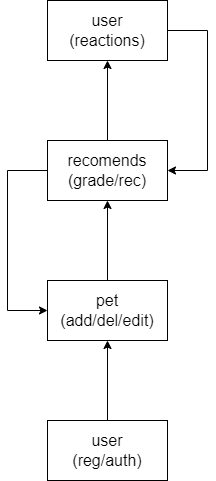
KATEHOK/pp56 keeps this draw.io diagram as scheme/tindermeow.png. Above is the earlier version. Source tidied: cells renumbered, new cells last; positions are measured from the earlier drawing's top-left corner, leaving out a move shared by most shapes.
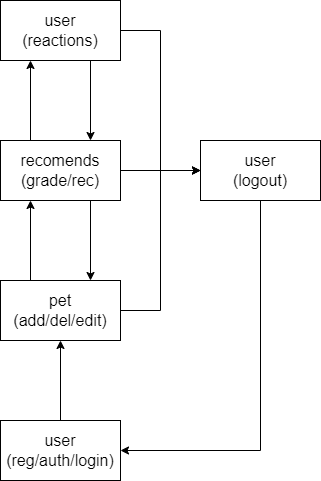
Above is the later version.

What changed in the source:
```diff
@@ -5,39 +5,54 @@
     <mxCell id="2" style="edgeStyle=orthogonalEdgeStyle;rounded=0;jettySize=auto;html=1;fontSize=16;" parent="1" edge="1" source="3" target="5">
       <mxGeometry relative="1" as="geometry" />
     </mxCell>
-    <mxCell id="3" value="&lt;font style=&quot;font-size: 16px;&quot;&gt;user&lt;br&gt;(reg/auth)&lt;br&gt;&lt;/font&gt;" style="rounded=0;whiteSpace=wrap;html=1;" parent="1" vertex="1">
+    <mxCell id="3" value="&lt;font style=&quot;font-size: 16px;&quot;&gt;user&lt;br&gt;(reg/auth/login)&lt;br&gt;&lt;/font&gt;" style="rounded=0;whiteSpace=wrap;html=1;" parent="1" vertex="1">
       <mxGeometry x="40" y="420" width="120" height="60" as="geometry" />
     </mxCell>
-    <mxCell id="4" style="edgeStyle=orthogonalEdgeStyle;rounded=0;jettySize=auto;html=1;fontSize=16;" parent="1" edge="1" source="5" target="8">
+    <mxCell id="4" style="edgeStyle=orthogonalEdgeStyle;rounded=0;jettySize=auto;html=1;fontSize=16;exitX=0.25;exitY=0;exitDx=0;exitDy=0;entryX=0.25;entryY=1;entryDx=0;entryDy=0;" parent="1" edge="1" source="5" target="8">
       <mxGeometry relative="1" as="geometry" />
     </mxCell>
+    <mxCell id="11" style="edgeStyle=orthogonalEdgeStyle;rounded=0;jettySize=auto;html=1;exitX=1;exitY=0.5;exitDx=0;exitDy=0;entryX=0;entryY=0.5;entryDx=0;entryDy=0;fontSize=16;" parent="1" edge="1" source="5" target="15">
+      <mxGeometry relative="1" as="geometry">
+        <Array as="points">
+          <mxPoint x="200" y="310" />
+          <mxPoint x="200" y="170" />
+        </Array>
+      </mxGeometry>
+    </mxCell>
     <mxCell id="5" value="pet&lt;br&gt;(add/del/edit)" style="rounded=0;whiteSpace=wrap;html=1;fontSize=16;" parent="1" vertex="1">
       <mxGeometry x="40" y="280" width="120" height="60" as="geometry" />
     </mxCell>
-    <mxCell id="6" style="edgeStyle=orthogonalEdgeStyle;rounded=0;jettySize=auto;html=1;fontSize=16;" parent="1" edge="1" source="8" target="10">
+    <mxCell id="6" style="edgeStyle=orthogonalEdgeStyle;rounded=0;jettySize=auto;html=1;fontSize=16;exitX=0.25;exitY=0;exitDx=0;exitDy=0;entryX=0.25;entryY=1;entryDx=0;entryDy=0;" parent="1" edge="1" source="8" target="10">
       <mxGeometry relative="1" as="geometry" />
     </mxCell>
+    <mxCell id="12" style="edgeStyle=orthogonalEdgeStyle;rounded=0;jettySize=auto;html=1;exitX=1;exitY=0.5;exitDx=0;exitDy=0;entryX=0;entryY=0.5;entryDx=0;entryDy=0;fontSize=16;" parent="1" edge="1" source="8" target="15">
+      <mxGeometry relative="1" as="geometry" />
+    </mxCell>
-    <mxCell id="7" style="edgeStyle=orthogonalEdgeStyle;rounded=0;jettySize=auto;html=1;exitX=0;exitY=0.5;exitDx=0;exitDy=0;entryX=0;entryY=0.5;entryDx=0;entryDy=0;fontSize=16;" parent="1" edge="1" source="8" target="5">
-      <mxGeometry relative="1" as="geometry">
-        <Array as="points">
-          <mxPoint y="170" />
-          <mxPoint y="310" />
-        </Array>
-      </mxGeometry>
+    <mxCell id="7" style="edgeStyle=orthogonalEdgeStyle;rounded=0;jettySize=auto;html=1;exitX=0.75;exitY=1;exitDx=0;exitDy=0;entryX=0.75;entryY=0;entryDx=0;entryDy=0;fontSize=16;" parent="1" edge="1" source="8" target="5">
+      <mxGeometry relative="1" as="geometry" />
     </mxCell>
     <mxCell id="8" value="recomends&lt;br&gt;(grade/rec)" style="rounded=0;whiteSpace=wrap;html=1;fontSize=16;" parent="1" vertex="1">
       <mxGeometry x="40" y="140" width="120" height="60" as="geometry" />
     </mxCell>
+    <mxCell id="13" style="edgeStyle=orthogonalEdgeStyle;rounded=0;jettySize=auto;html=1;exitX=1;exitY=0.5;exitDx=0;exitDy=0;entryX=0;entryY=0.5;entryDx=0;entryDy=0;fontSize=16;" parent="1" edge="1" source="10" target="15">
+      <mxGeometry relative="1" as="geometry">
+        <Array as="points">
+          <mxPoint x="200" y="30" />
+          <mxPoint x="200" y="170" />
+        </Array>
+      </mxGeometry>
+    </mxCell>
-    <mxCell id="9" style="edgeStyle=orthogonalEdgeStyle;rounded=0;jettySize=auto;html=1;exitX=1;exitY=0.5;exitDx=0;exitDy=0;entryX=1;entryY=0.5;entryDx=0;entryDy=0;fontSize=16;" parent="1" edge="1" source="10" target="8">
-      <mxGeometry relative="1" as="geometry">
-        <Array as="points">
-          <mxPoint x="200" y="30" />
-          <mxPoint x="200" y="170" />
-        </Array>
-      </mxGeometry>
+    <mxCell id="9" style="edgeStyle=orthogonalEdgeStyle;rounded=0;jettySize=auto;html=1;exitX=0.75;exitY=1;exitDx=0;exitDy=0;entryX=0.75;entryY=0;entryDx=0;entryDy=0;fontSize=16;" parent="1" edge="1" source="10" target="8">
+      <mxGeometry relative="1" as="geometry" />
     </mxCell>
     <mxCell id="10" value="user&lt;br&gt;(reactions)" style="rounded=0;whiteSpace=wrap;html=1;fontSize=16;" parent="1" vertex="1">
       <mxGeometry x="40" width="120" height="60" as="geometry" />
     </mxCell>
+    <mxCell id="14" style="edgeStyle=orthogonalEdgeStyle;rounded=0;jettySize=auto;html=1;exitX=0.5;exitY=1;exitDx=0;exitDy=0;entryX=1;entryY=0.5;entryDx=0;entryDy=0;fontSize=16;" parent="1" edge="1" source="15" target="3">
+      <mxGeometry relative="1" as="geometry" />
+    </mxCell>
+    <mxCell id="15" value="&lt;font style=&quot;font-size: 16px;&quot;&gt;user&lt;br&gt;(logout)&lt;/font&gt;" style="rounded=0;whiteSpace=wrap;html=1;" parent="1" vertex="1">
+      <mxGeometry x="240" y="140" width="120" height="60" as="geometry" />
+    </mxCell>
   </root>
 </mxGraphModel>
```
